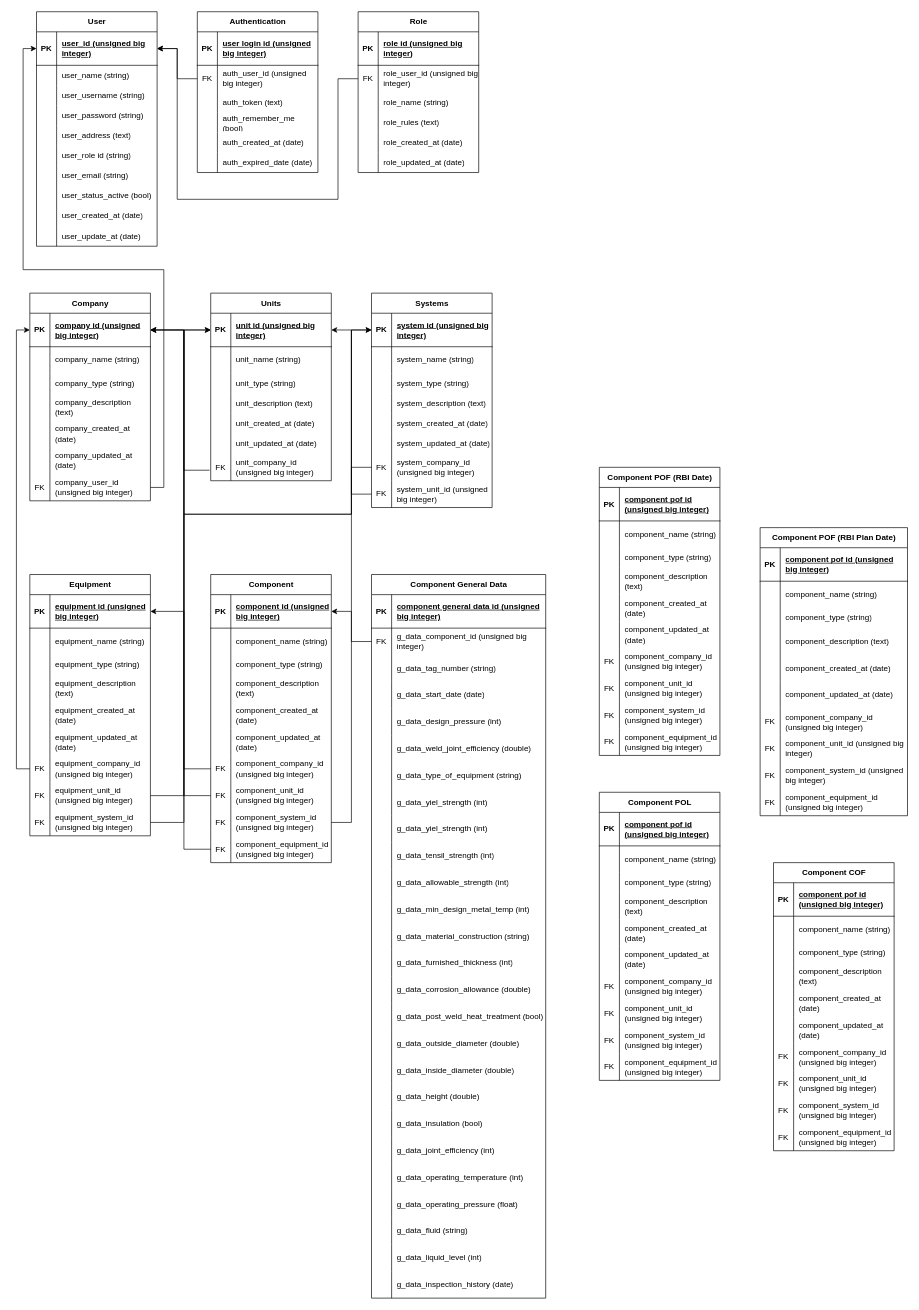
Dimasariza/its_risk_guardian keeps this draw.io diagram as ITS Risk Guardian.drawio. Above is the earlier version. Source tidied: cells renumbered, new cells numbered last; positions are measured from the earlier drawing's top-left corner, leaving out a move shared by most shapes. Both pictures are drawn from the tidied source at 67%, with x=0, y=0 at pixel (29, 11).
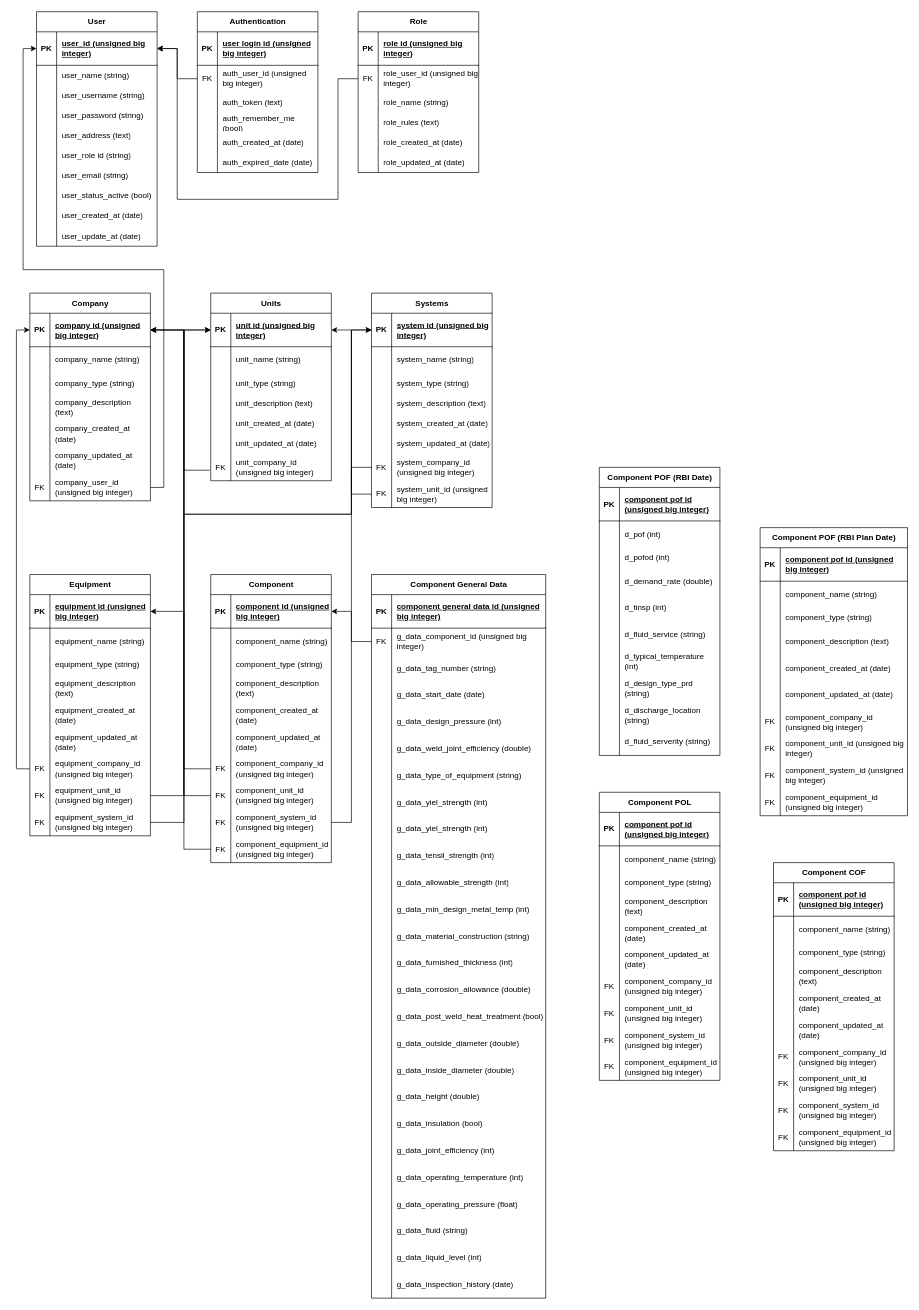
After the change.

Unchanged cells that the change refers to:
```xml
<mxCell id="296" style="shape=tableRow;horizontal=0;startSize=0;swimlaneHead=0;swimlaneBody=0;fillColor=none;top=0;left=0;right=0;bottom=0;" parent="292" vertex="1">
  <mxGeometry y="80" width="180" height="40" as="geometry" />
</mxCell>
<mxCell id="299" style="shape=tableRow;horizontal=0;startSize=0;swimlaneHead=0;swimlaneBody=0;fillColor=none;top=0;left=0;right=0;bottom=0;" parent="292" vertex="1">
  <mxGeometry y="120" width="180" height="30" as="geometry" />
</mxCell>
<mxCell id="302" style="shape=tableRow;horizontal=0;startSize=0;swimlaneHead=0;swimlaneBody=0;fillColor=none;top=0;left=0;right=0;bottom=0;" parent="292" vertex="1">
  <mxGeometry y="150" width="180" height="40" as="geometry" />
</mxCell>
<mxCell id="305" style="shape=tableRow;horizontal=0;startSize=0;swimlaneHead=0;swimlaneBody=0;fillColor=none;top=0;left=0;right=0;bottom=0;" parent="292" vertex="1">
  <mxGeometry y="190" width="180" height="40" as="geometry" />
</mxCell>
<mxCell id="308" style="shape=tableRow;horizontal=0;startSize=0;swimlaneHead=0;swimlaneBody=0;fillColor=none;top=0;left=0;right=0;bottom=0;" parent="292" vertex="1">
  <mxGeometry y="230" width="180" height="40" as="geometry" />
</mxCell>
<mxCell id="311" style="shape=tableRow;horizontal=0;startSize=0;swimlaneHead=0;swimlaneBody=0;fillColor=none;top=0;left=0;right=0;bottom=0;" parent="292" vertex="1">
  <mxGeometry y="270" width="180" height="40" as="geometry" />
</mxCell>
<mxCell id="314" style="shape=tableRow;horizontal=0;startSize=0;swimlaneHead=0;swimlaneBody=0;fillColor=none;top=0;left=0;right=0;bottom=0;" parent="292" vertex="1">
  <mxGeometry y="310" width="180" height="40" as="geometry" />
</mxCell>
<mxCell id="317" style="shape=tableRow;horizontal=0;startSize=0;swimlaneHead=0;swimlaneBody=0;fillColor=none;top=0;left=0;right=0;bottom=0;" parent="292" vertex="1">
  <mxGeometry y="350" width="180" height="40" as="geometry" />
</mxCell>
<mxCell id="320" style="shape=tableRow;horizontal=0;startSize=0;swimlaneHead=0;swimlaneBody=0;fillColor=none;top=0;left=0;right=0;bottom=0;" parent="292" vertex="1">
  <mxGeometry y="390" width="180" height="40" as="geometry" />
</mxCell>
```

The edit, as a diff of the source:
```diff
@@
-    <mxCell id="298" value="component_name (string)" style="shape=partialRectangle;fillColor=none;top=0;left=0;bottom=0;right=0;align=left;spacingLeft=6;overflow=hidden;whiteSpace=wrap;html=1;" parent="296" vertex="1">
+    <mxCell id="298" value="d_pof (int)" style="shape=partialRectangle;fillColor=none;top=0;left=0;bottom=0;right=0;align=left;spacingLeft=6;overflow=hidden;whiteSpace=wrap;html=1;" parent="296" vertex="1">
       <mxGeometry x="30" width="150" height="40" as="geometry" />
     </mxCell>
@@
-    <mxCell id="301" value="component_type (string)" style="shape=partialRectangle;fillColor=none;top=0;left=0;bottom=0;right=0;align=left;spacingLeft=6;overflow=hidden;whiteSpace=wrap;html=1;" parent="299" vertex="1">
+    <mxCell id="301" value="d_pofod (int)" style="shape=partialRectangle;fillColor=none;top=0;left=0;bottom=0;right=0;align=left;spacingLeft=6;overflow=hidden;whiteSpace=wrap;html=1;" parent="299" vertex="1">
       <mxGeometry x="30" width="150" height="30" as="geometry" />
     </mxCell>
@@
-    <mxCell id="304" value="component_description (text)" style="shape=partialRectangle;fillColor=none;top=0;left=0;bottom=0;right=0;align=left;spacingLeft=6;overflow=hidden;whiteSpace=wrap;html=1;" parent="302" vertex="1">
+    <mxCell id="304" value="d_demand_rate (double)" style="shape=partialRectangle;fillColor=none;top=0;left=0;bottom=0;right=0;align=left;spacingLeft=6;overflow=hidden;whiteSpace=wrap;html=1;" parent="302" vertex="1">
       <mxGeometry x="30" width="150" height="40" as="geometry" />
     </mxCell>
@@
-    <mxCell id="307" value="component_created_at (date)" style="shape=partialRectangle;fillColor=none;top=0;left=0;bottom=0;right=0;align=left;spacingLeft=6;overflow=hidden;whiteSpace=wrap;html=1;" parent="305" vertex="1">
+    <mxCell id="307" value="d_tinsp (int)" style="shape=partialRectangle;fillColor=none;top=0;left=0;bottom=0;right=0;align=left;spacingLeft=6;overflow=hidden;whiteSpace=wrap;html=1;" parent="305" vertex="1">
       <mxGeometry x="30" width="150" height="40" as="geometry" />
     </mxCell>
@@
-    <mxCell id="310" value="component_updated_at (date)" style="shape=partialRectangle;fillColor=none;top=0;left=0;bottom=0;right=0;align=left;spacingLeft=6;overflow=hidden;whiteSpace=wrap;html=1;" parent="308" vertex="1">
+    <mxCell id="310" value="d_fluid_service (string)" style="shape=partialRectangle;fillColor=none;top=0;left=0;bottom=0;right=0;align=left;spacingLeft=6;overflow=hidden;whiteSpace=wrap;html=1;" parent="308" vertex="1">
       <mxGeometry x="30" width="150" height="40" as="geometry" />
     </mxCell>
@@
-    <mxCell id="312" value="FK" style="shape=partialRectangle;fillColor=none;top=0;left=0;bottom=0;right=0;overflow=hidden;whiteSpace=wrap;html=1;" parent="311" vertex="1">
+    <mxCell id="312" style="shape=partialRectangle;fillColor=none;top=0;left=0;bottom=0;right=0;overflow=hidden;whiteSpace=wrap;html=1;" parent="311" vertex="1">
       <mxGeometry width="30" height="40" as="geometry" />
     </mxCell>
-    <mxCell id="313" value="component_company_id (unsigned big integer)" style="shape=partialRectangle;fillColor=none;top=0;left=0;bottom=0;right=0;align=left;spacingLeft=6;overflow=hidden;whiteSpace=wrap;html=1;" parent="311" vertex="1">
+    <mxCell id="313" value="d_typical_temperature (int)" style="shape=partialRectangle;fillColor=none;top=0;left=0;bottom=0;right=0;align=left;spacingLeft=6;overflow=hidden;whiteSpace=wrap;html=1;" parent="311" vertex="1">
       <mxGeometry x="30" width="150" height="40" as="geometry" />
     </mxCell>
@@
-    <mxCell id="315" value="FK" style="shape=partialRectangle;fillColor=none;top=0;left=0;bottom=0;right=0;overflow=hidden;whiteSpace=wrap;html=1;" parent="314" vertex="1">
+    <mxCell id="315" style="shape=partialRectangle;fillColor=none;top=0;left=0;bottom=0;right=0;overflow=hidden;whiteSpace=wrap;html=1;" parent="314" vertex="1">
       <mxGeometry width="30" height="40" as="geometry" />
     </mxCell>
-    <mxCell id="316" value="component_unit_id (unsigned big integer)" style="shape=partialRectangle;fillColor=none;top=0;left=0;bottom=0;right=0;align=left;spacingLeft=6;overflow=hidden;whiteSpace=wrap;html=1;" parent="314" vertex="1">
+    <mxCell id="316" value="d_design_type_prd&amp;nbsp; (string)" style="shape=partialRectangle;fillColor=none;top=0;left=0;bottom=0;right=0;align=left;spacingLeft=6;overflow=hidden;whiteSpace=wrap;html=1;" parent="314" vertex="1">
       <mxGeometry x="30" width="150" height="40" as="geometry" />
     </mxCell>
@@
-    <mxCell id="318" value="FK" style="shape=partialRectangle;fillColor=none;top=0;left=0;bottom=0;right=0;overflow=hidden;whiteSpace=wrap;html=1;" parent="317" vertex="1">
+    <mxCell id="318" style="shape=partialRectangle;fillColor=none;top=0;left=0;bottom=0;right=0;overflow=hidden;whiteSpace=wrap;html=1;" parent="317" vertex="1">
       <mxGeometry width="30" height="40" as="geometry" />
     </mxCell>
-    <mxCell id="319" value="component_system_id (unsigned big integer)" style="shape=partialRectangle;fillColor=none;top=0;left=0;bottom=0;right=0;align=left;spacingLeft=6;overflow=hidden;whiteSpace=wrap;html=1;" parent="317" vertex="1">
+    <mxCell id="319" value="d_discharge_location (string)" style="shape=partialRectangle;fillColor=none;top=0;left=0;bottom=0;right=0;align=left;spacingLeft=6;overflow=hidden;whiteSpace=wrap;html=1;" parent="317" vertex="1">
       <mxGeometry x="30" width="150" height="40" as="geometry" />
     </mxCell>
@@
-    <mxCell id="321" value="FK" style="shape=partialRectangle;fillColor=none;top=0;left=0;bottom=0;right=0;overflow=hidden;whiteSpace=wrap;html=1;" parent="320" vertex="1">
+    <mxCell id="321" style="shape=partialRectangle;fillColor=none;top=0;left=0;bottom=0;right=0;overflow=hidden;whiteSpace=wrap;html=1;" parent="320" vertex="1">
       <mxGeometry width="30" height="40" as="geometry" />
     </mxCell>
-    <mxCell id="322" value="component_equipment_id (unsigned big integer)" style="shape=partialRectangle;fillColor=none;top=0;left=0;bottom=0;right=0;align=left;spacingLeft=6;overflow=hidden;whiteSpace=wrap;html=1;" parent="320" vertex="1">
+    <mxCell id="322" value="d_fluid_serverity (string)" style="shape=partialRectangle;fillColor=none;top=0;left=0;bottom=0;right=0;align=left;spacingLeft=6;overflow=hidden;whiteSpace=wrap;html=1;" parent="320" vertex="1">
       <mxGeometry x="30" width="150" height="40" as="geometry" />
     </mxCell>
```
